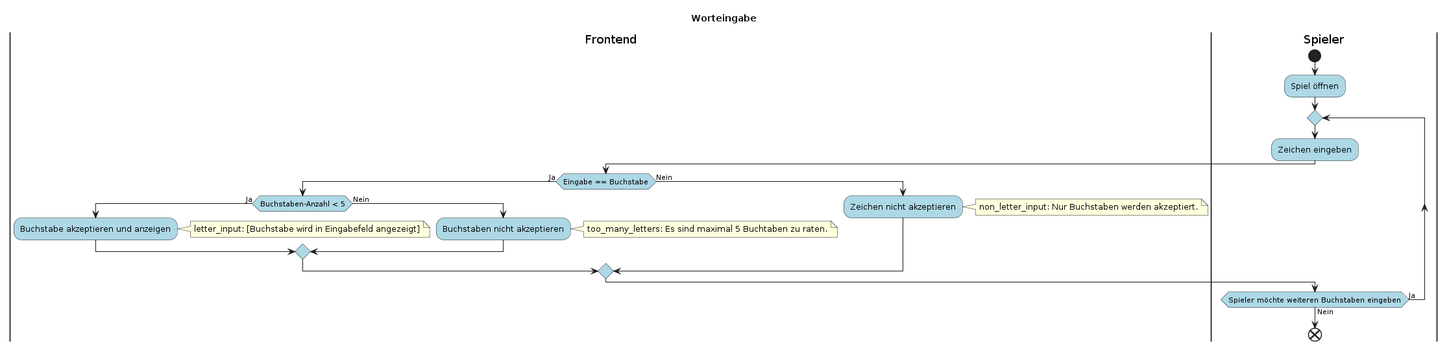
Before: docs/requirements/F001/F001_act.png, a diagram exported from PlantUML (wordle-time/wordle-time).
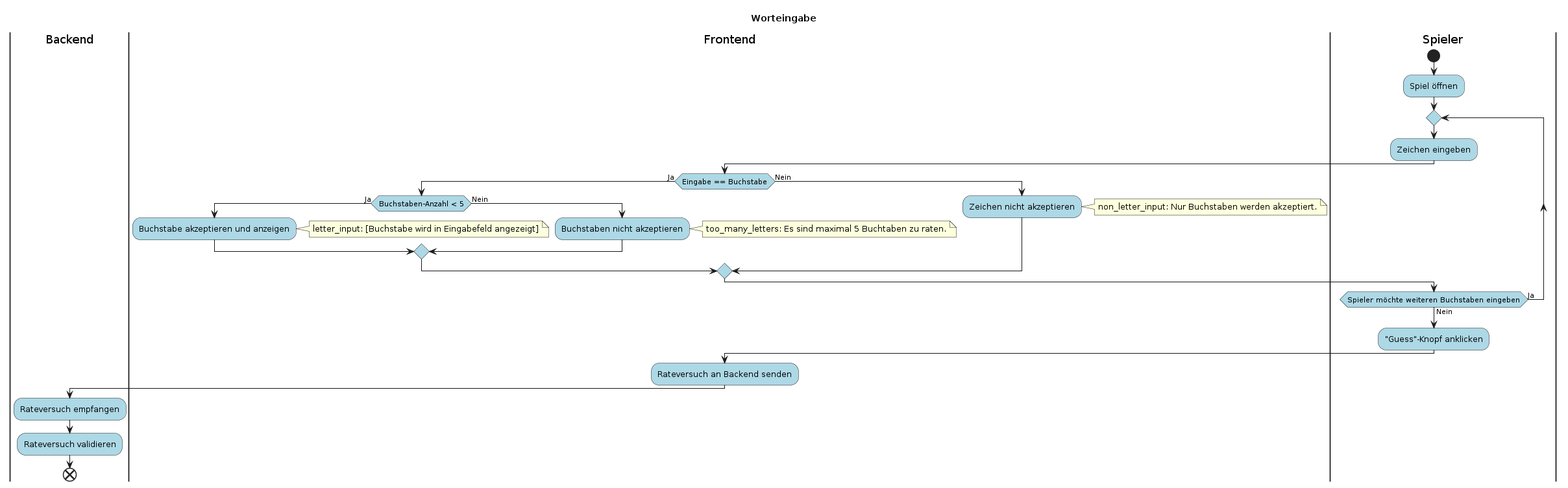
After the commit.

The edit, as a diff of the source:
```diff
@@ -2,9 +2,11 @@
 <style file=plantStyle.css>
 title "Worteingabe"
 
+|Backend|
 |Frontend|
 |Spieler|
 
+|Spieler|
 start
 :Spiel öffnen;
 repeat
@@ -30,6 +32,12 @@
     endif
     |Spieler|
 repeat while(Spieler möchte weiteren Buchstaben eingeben) is (Ja) not (Nein)
+:"Guess"-Knopf anklicken;
+|Frontend|
+:Rateversuch an Backend senden;
+|Backend|
+:Rateversuch empfangen;
+:Rateversuch validieren;
 end
 
 @enduml
```
